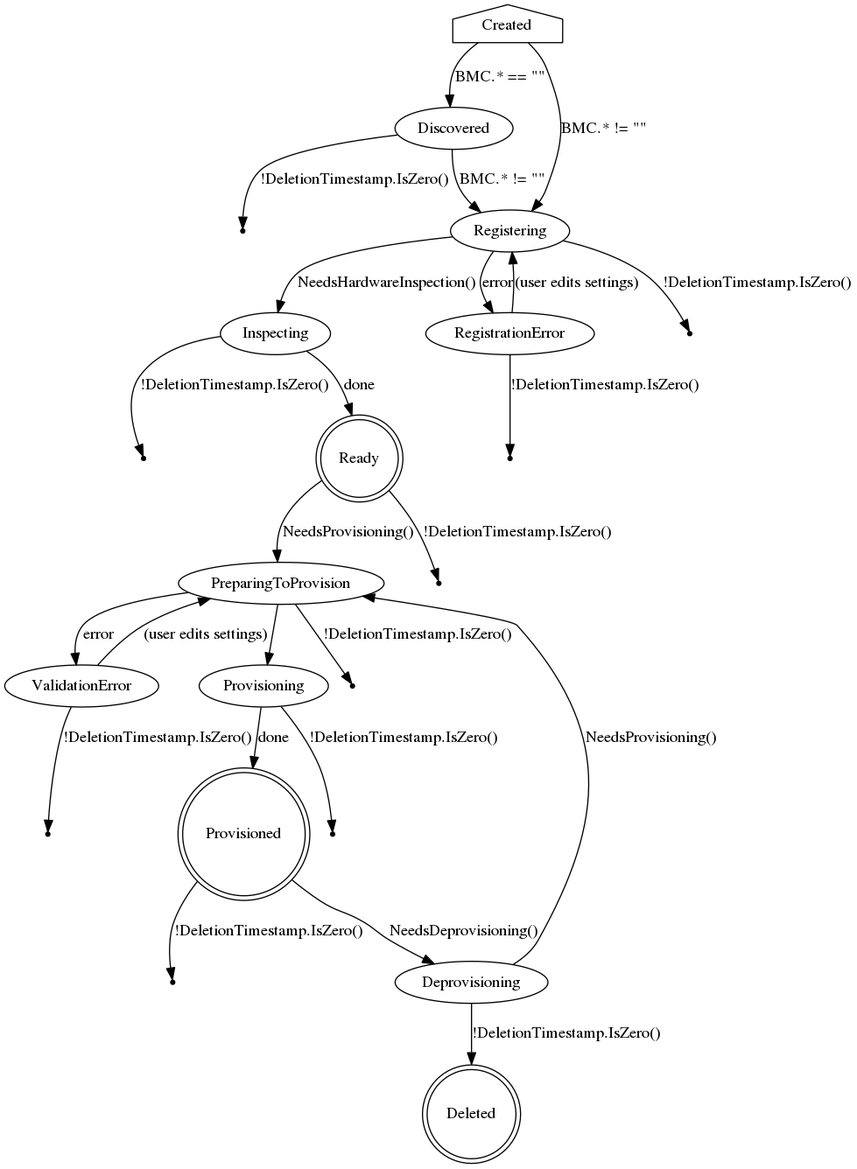
The Graphviz diagram docs/BaremetalHost_ProvisioningState.png in metal3-io/baremetal-operator, before a commit. Its source is kept beside it as docs/BaremetalHost_ProvisioningState.dot.
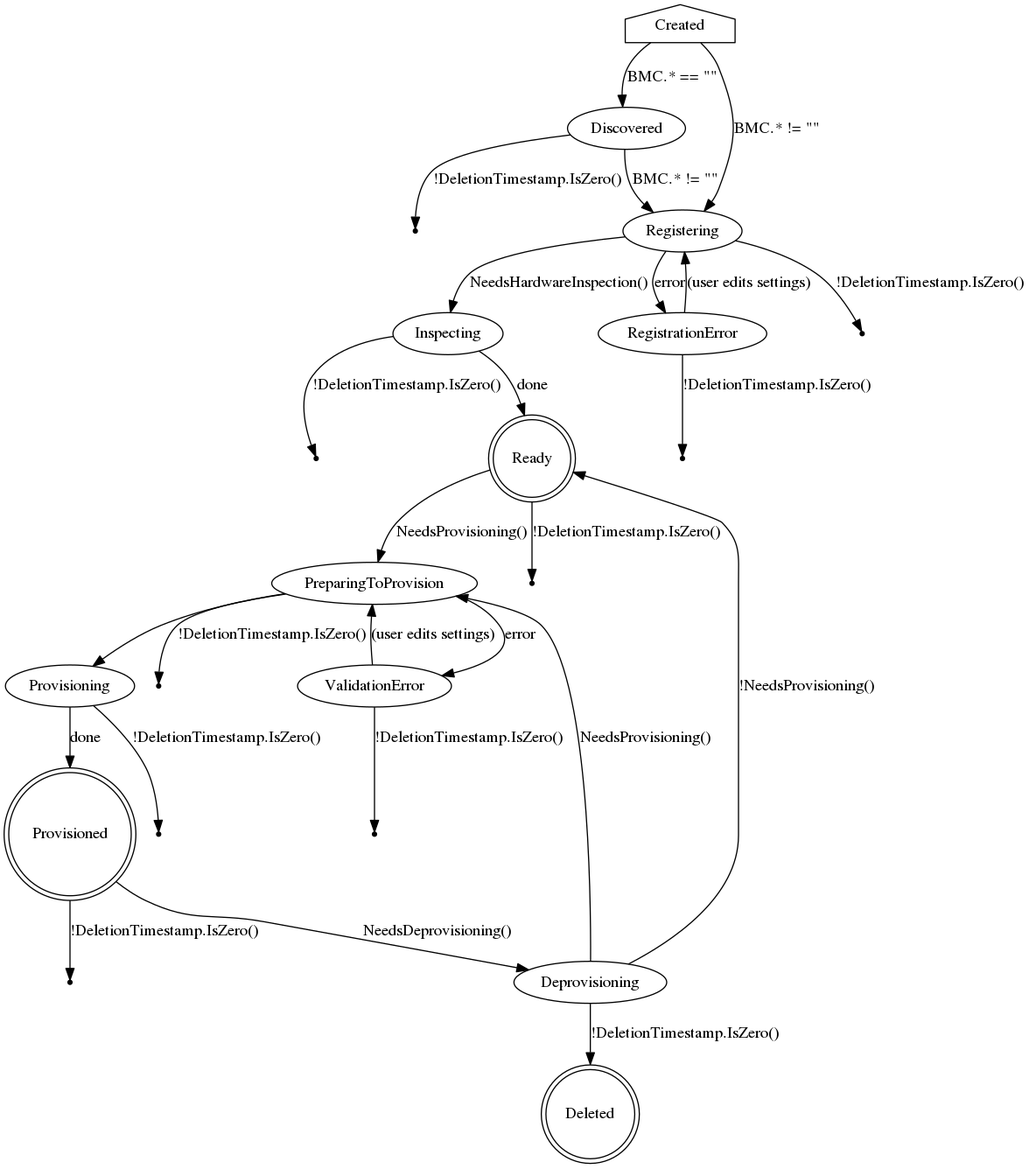
The same file after the commit.

Commit message:
add transition from deprovisioning to ready

What changed in the source:
```diff
@@ -53,6 +53,7 @@
     Deleted9 [shape=point]
 
     Deprovisioning -> PreparingToProvision [label="NeedsProvisioning()"]
+    Deprovisioning -> Ready [label="!NeedsProvisioning()"]
     Deprovisioning -> Deleted [label="!DeletionTimestamp.IsZero()"]
 
     Deleted [shape=doublecircle]
```
